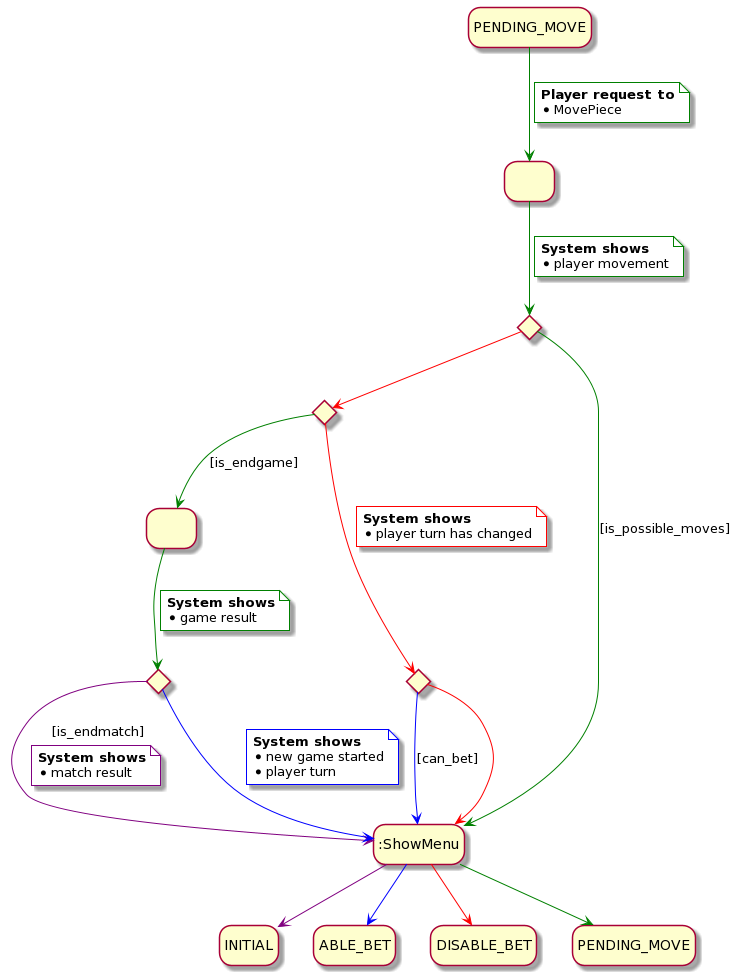
Before: rup/usecase/move_piece.png, a diagram exported from PlantUML (USantaTecla-game-backgammon/backgammon).
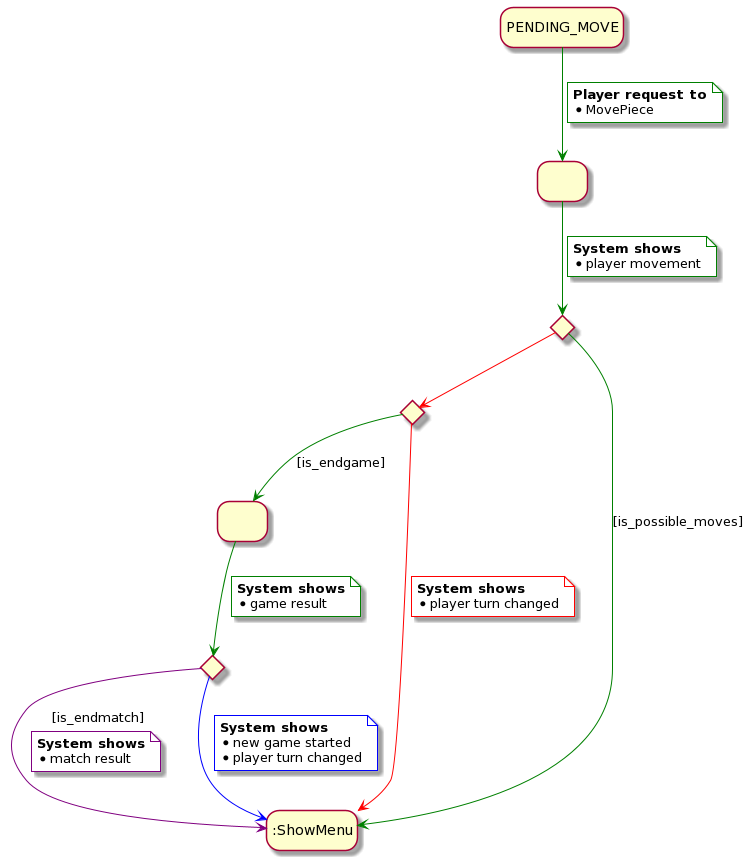
Later version of the same file.

The edit, as a diff of the source:
```diff
@@ -1,11 +1,7 @@
 @startuml
 hide empty description
 
-state INITIAL
-state ABLE_BET
-state DISABLE_BET
 state PENDING_MOVE
-state "PENDING_MOVE" as PENDING_MOVE2
 
 state " " as 1
 state " " as endgame
@@ -13,7 +9,6 @@
 state is_endgame <<choice>>
 state is_endmatch <<choice>>
 state is_possible_moves <<choice>>
-state can_bet <<choice>>
 
 1 -[#green]-> is_possible_moves
 note on link #white
@@ -30,10 +25,10 @@
     <b>System shows</b>
     * game result
 end note
-is_endgame -[#red]-> can_bet
+is_endgame -[#red]-> :ShowMenu
 note on link #white
     <b>System shows</b>
-    * player turn has changed
+    * player turn changed
 end note
 
 is_endmatch -[#purple]-> :ShowMenu : [is_endmatch]
@@ -45,21 +40,12 @@
 note on link #white
     <b>System shows</b>
     * new game started
-    * player turn
+    * player turn changed
 end note
-
-can_bet -[#blue]-> :ShowMenu : [can_bet]
-can_bet -[#red]-> :ShowMenu
-
 
 PENDING_MOVE -[#green]-> 1
 note on link #white
     <b>Player request to</b>
     * MovePiece
 end note
-
-:ShowMenu -[#purple]-> INITIAL
-:ShowMenu -[#red]-> DISABLE_BET
-:ShowMenu -[#blue]-> ABLE_BET
-:ShowMenu -[#green]->  PENDING_MOVE2
 @enduml
```
